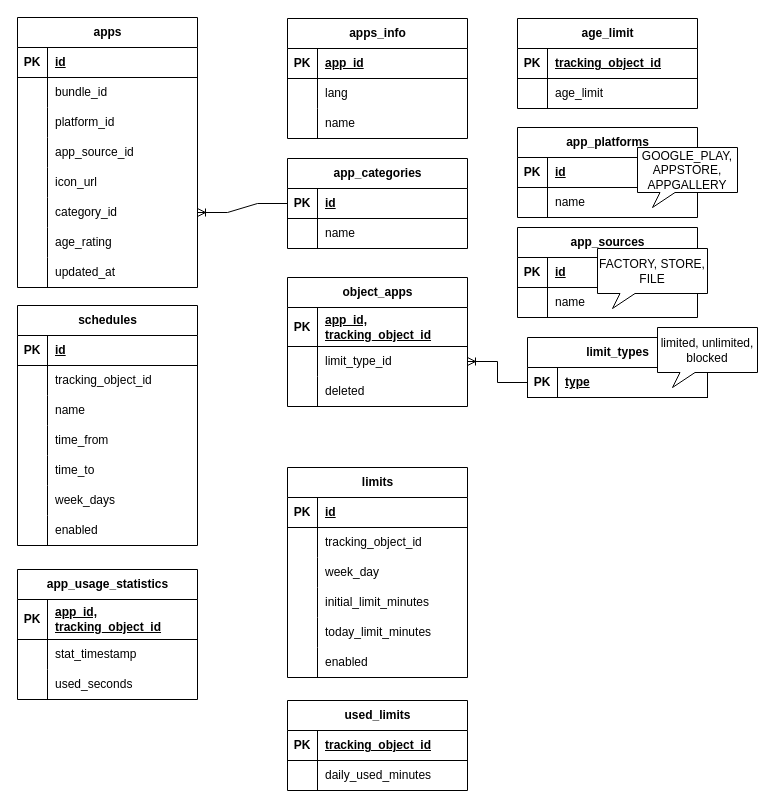
satmurat/transfer keeps this draw.io diagram as Диаграмма без названия.drawio. Above is the earlier version. Source tidied: cells renumbered, new cells numbered last; positions are measured from the earlier drawing's top-left corner, leaving out a move shared by most shapes. Both pictures are drawn from the tidied source at 100%, with x=0, y=0 at pixel (17, 17).
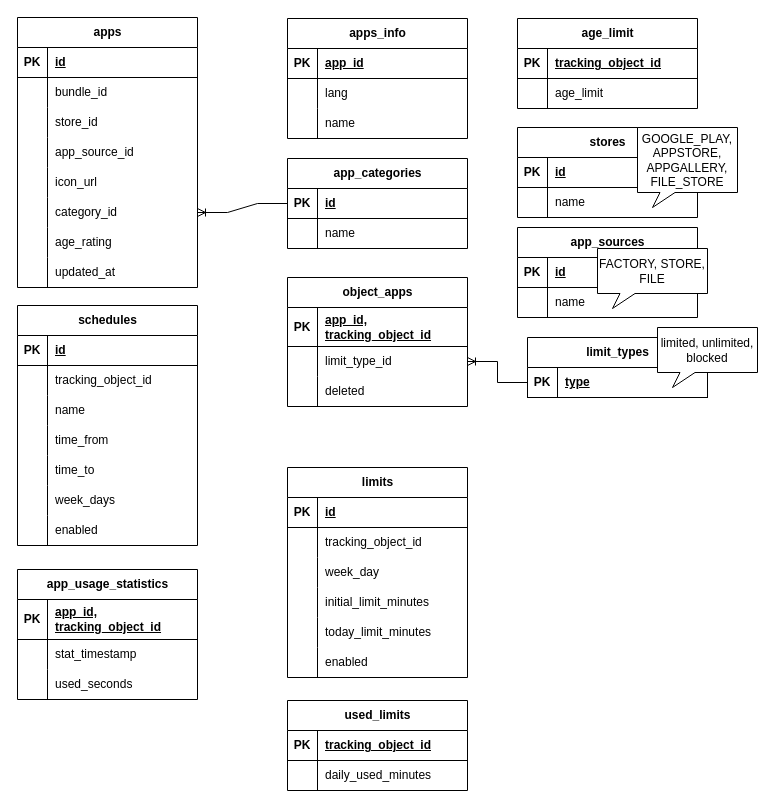
After the change.

The change refers to these unchanged cells:
```xml
<mxCell id="9" style="shape=tableRow;horizontal=0;startSize=0;swimlaneHead=0;swimlaneBody=0;fillColor=none;top=0;left=0;right=0;bottom=0;" parent="2" vertex="1">
  <mxGeometry y="90" width="180" height="30" as="geometry" />
</mxCell>
```

The edit, as a diff of the source:
```diff
@@
-    <mxCell id="11" value="platform_id" style="shape=partialRectangle;fillColor=none;top=0;left=0;bottom=0;right=0;align=left;spacingLeft=6;overflow=hidden;whiteSpace=wrap;html=1;" parent="9" vertex="1">
+    <mxCell id="11" value="store_id" style="shape=partialRectangle;fillColor=none;top=0;left=0;bottom=0;right=0;align=left;spacingLeft=6;overflow=hidden;whiteSpace=wrap;html=1;" parent="9" vertex="1">
       <mxGeometry x="30" width="150" height="30" as="geometry" />
     </mxCell>
@@
-    <mxCell id="126" value="app_platforms" style="shape=table;startSize=30;childLayout=tableLayout;rowLines=0;fontStyle=1;align=center;html=1;" parent="1" vertex="1">
+    <mxCell id="126" value="stores" style="shape=table;startSize=30;childLayout=tableLayout;rowLines=0;fontStyle=1;align=center;html=1;" parent="1" vertex="1">
       <mxGeometry x="500" y="110" width="180" height="90" as="geometry" />
     </mxCell>
@@
-    <mxCell id="133" value="GOOGLE_PLAY, APPSTORE, APPGALLERY" style="whiteSpace=wrap;html=1;shape=mxgraph.basic.rectCallout;dx=30;dy=15;boundedLbl=1;" parent="1" vertex="1">
-      <mxGeometry x="620" y="130" width="100" height="60" as="geometry" />
+    <mxCell id="133" value="GOOGLE_PLAY, APPSTORE, APPGALLERY, FILE_STORE" style="whiteSpace=wrap;html=1;shape=mxgraph.basic.rectCallout;dx=30;dy=15;boundedLbl=1;" parent="1" vertex="1">
+      <mxGeometry x="620" y="110" width="100" height="80" as="geometry" />
     </mxCell>
```
